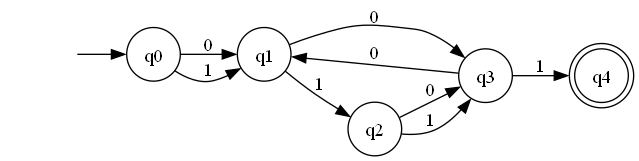
CRincon115/AutomatasFinal keeps this Graphviz diagram as Juego Completo.gv.png. Above is the earlier version. Its source is kept beside it as Juego Completo.gv.
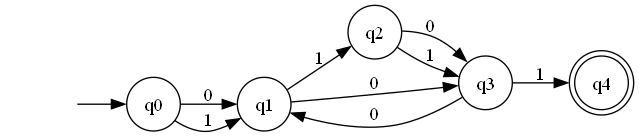
The same diagram one commit later.

What changed in the source:
```diff
@@ -2,10 +2,10 @@
 	graph [rankdir=LR]
 	"" [label="" shape=plaintext]
 	q4 [label=q4 shape=doublecircle]
+	q2 [label=q2 shape=circle]
+	q1 [label=q1 shape=circle]
+	q0 [label=q0 shape=circle]
 	q3 [label=q3 shape=circle]
-	q1 [label=q1 shape=circle]
-	q2 [label=q2 shape=circle]
-	q0 [label=q0 shape=circle]
 	"" -> q0 [label=""]
 	q0 -> q1 [label=0]
 	q0 -> q1 [label=1]
```
